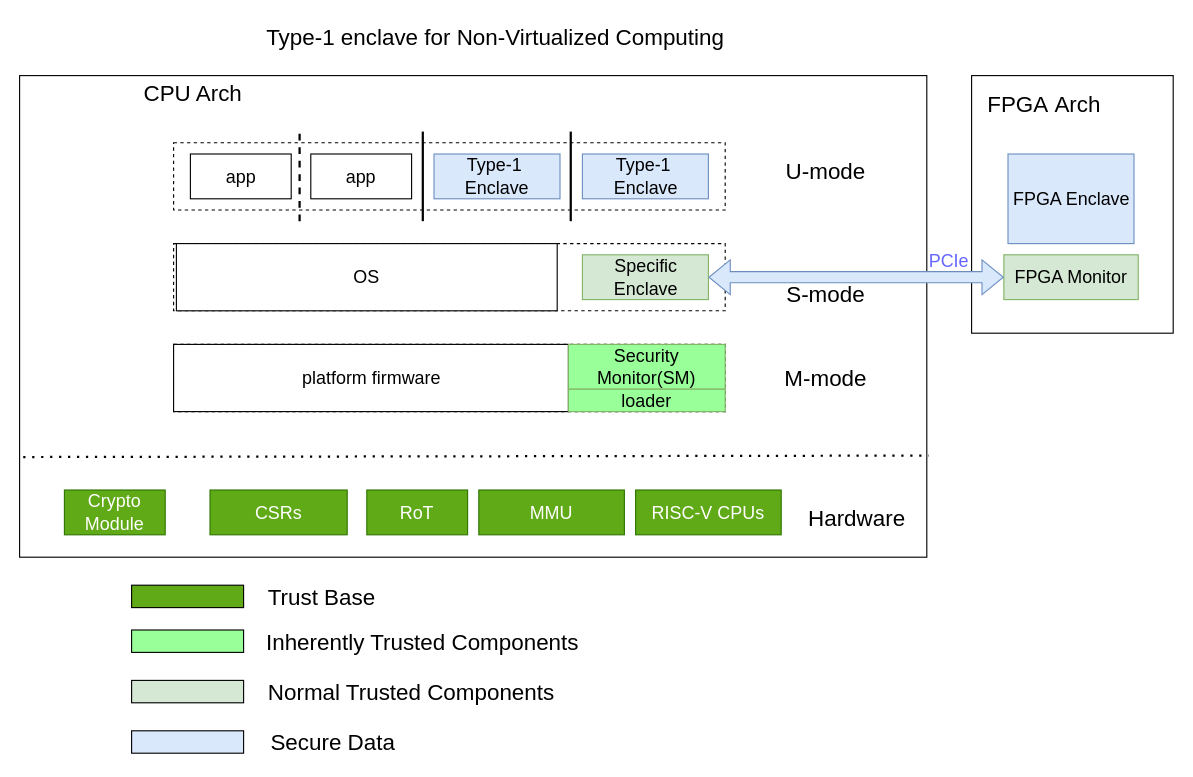
The draw.io diagram page "sys_overview(container)" (2 of 11) of saber.drawio in Zou1c/tmp, before the edit. Source tidied: cells renumbered, new cells numbered last; positions are measured from the earlier drawing's top-left corner, leaving out a move shared by most shapes. Both pictures are drawn from the tidied source at 112%, with x=0, y=0 at pixel (19, 19).
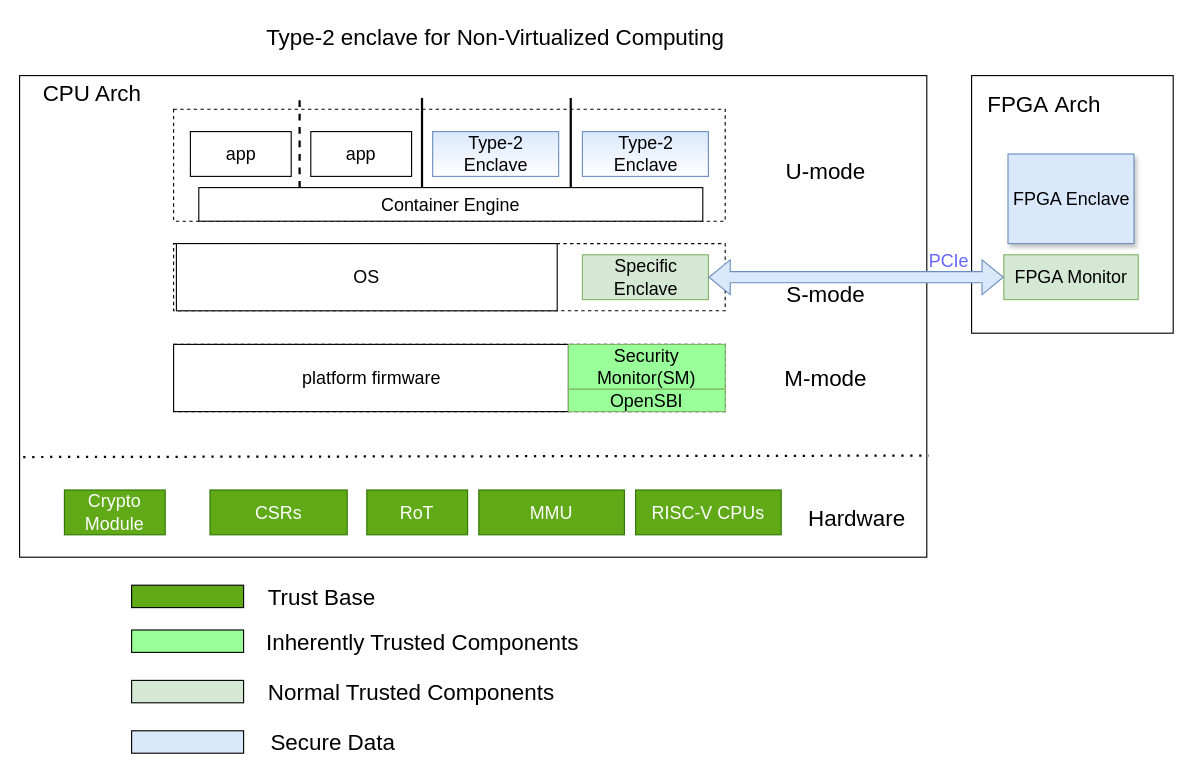
The same page after the edit.

The edit, as a diff of the source:
```diff
@@
     <mxCell id="3" value="CPU Arch" style="text;html=1;align=center;verticalAlign=middle;whiteSpace=wrap;rounded=0;fontSize=20;" parent="1" vertex="1">
-      <mxGeometry x="100" y="50" width="110" height="30" as="geometry" />
+      <mxGeometry x="10" y="50" width="110" height="30" as="geometry" />
     </mxCell>
@@
     <mxCell id="6" style="rounded=0;whiteSpace=wrap;html=1;dashed=1;" parent="1" vertex="1">
-      <mxGeometry x="137.5" y="110" width="492.5" height="60" as="geometry" />
+      <mxGeometry x="137.5" y="80" width="492.5" height="100" as="geometry" />
     </mxCell>
     <mxCell id="7" value="app" style="rounded=0;whiteSpace=wrap;html=1;fontSize=16;" parent="1" vertex="1">
-      <mxGeometry x="152.5" y="120" width="90" height="40" as="geometry" />
+      <mxGeometry x="152.5" y="100" width="90" height="40" as="geometry" />
     </mxCell>
     <mxCell id="8" value="app" style="rounded=0;whiteSpace=wrap;html=1;fontSize=16;" parent="1" vertex="1">
-      <mxGeometry x="260" y="120" width="90" height="40" as="geometry" />
+      <mxGeometry x="260" y="100" width="90" height="40" as="geometry" />
     </mxCell>
-    <mxCell id="9" value="Type-1&amp;nbsp;&lt;div&gt;Enclave&lt;/div&gt;" style="rounded=0;whiteSpace=wrap;html=1;fontSize=16;labelBackgroundColor=none;fillColor=#dae8fc;strokeColor=#6c8ebf;shadow=0;glass=0;gradientColor=none;" parent="1" vertex="1">
-      <mxGeometry x="370" y="120" width="112.5" height="40" as="geometry" />
+    <mxCell id="9" value="Type-2&lt;div&gt;Enclave&lt;/div&gt;" style="rounded=0;whiteSpace=wrap;html=1;fontSize=16;labelBackgroundColor=none;fillColor=#dae8fc;strokeColor=#6c8ebf;shadow=0;glass=0;gradientColor=#FFFFFF;" parent="1" vertex="1">
+      <mxGeometry x="368.8" y="100" width="112.5" height="40" as="geometry" />
     </mxCell>
@@
-    <mxCell id="20" value="loader" style="rounded=0;whiteSpace=wrap;html=1;fontSize=16;fillColor=#99FF99;strokeColor=#82b366;" parent="1" vertex="1">
+    <mxCell id="20" value="OpenSBI" style="rounded=0;whiteSpace=wrap;html=1;fontSize=16;fillColor=#99FF99;strokeColor=#82b366;" parent="1" vertex="1">
       <mxGeometry x="490" y="330" width="140" height="20" as="geometry" />
     </mxCell>
@@
-    <mxCell id="26" value="FPGA Enclave" style="rounded=0;whiteSpace=wrap;html=1;fontSize=16;labelBackgroundColor=none;fillColor=#dae8fc;strokeColor=#6c8ebf;" parent="1" vertex="1">
+    <mxCell id="26" value="FPGA Enclave" style="rounded=0;whiteSpace=wrap;html=1;fontSize=16;labelBackgroundColor=none;fillColor=#dae8fc;strokeColor=#6c8ebf;shadow=1;" parent="1" vertex="1">
       <mxGeometry x="882.5" y="120" width="112.5" height="80" as="geometry" />
     </mxCell>
@@
-    <mxCell id="33" value="Type-1&amp;nbsp;&lt;div&gt;Enclave&lt;/div&gt;" style="rounded=0;whiteSpace=wrap;html=1;fontSize=16;labelBackgroundColor=none;fillColor=#dae8fc;strokeColor=#6c8ebf;" parent="1" vertex="1">
-      <mxGeometry x="502.5" y="120" width="112.5" height="40" as="geometry" />
+    <mxCell id="33" value="Type-2&lt;div&gt;Enclave&lt;/div&gt;" style="rounded=0;whiteSpace=wrap;html=1;fontSize=16;labelBackgroundColor=none;fillColor=#dae8fc;strokeColor=#6c8ebf;glass=0;gradientColor=#FFFFFF;" parent="1" vertex="1">
+      <mxGeometry x="502.5" y="100" width="112.5" height="40" as="geometry" />
     </mxCell>
     <mxCell id="34" style="endArrow=none;dashed=1;html=1;rounded=0;strokeWidth=2;" parent="1" edge="1">
       <mxGeometry relative="1" as="geometry">
-        <mxPoint x="250" y="180" as="sourcePoint" />
-        <mxPoint x="250" y="100" as="targetPoint" />
+        <mxPoint x="250" y="150" as="sourcePoint" />
+        <mxPoint x="250" y="70" as="targetPoint" />
       </mxGeometry>
     </mxCell>
     <mxCell id="35" style="endArrow=none;html=1;rounded=0;strokeWidth=2;" parent="1" edge="1">
       <mxGeometry relative="1" as="geometry">
-        <mxPoint x="360" y="180" as="sourcePoint" />
-        <mxPoint x="360" y="100" as="targetPoint" />
+        <mxPoint x="359.3" y="150" as="sourcePoint" />
+        <mxPoint x="359.3" y="70" as="targetPoint" />
       </mxGeometry>
     </mxCell>
     <mxCell id="36" style="endArrow=none;html=1;rounded=0;strokeWidth=2;" parent="1" edge="1">
       <mxGeometry relative="1" as="geometry">
-        <mxPoint x="492.1" y="180" as="sourcePoint" />
-        <mxPoint x="492.1" y="100" as="targetPoint" />
+        <mxPoint x="492.1" y="150" as="sourcePoint" />
+        <mxPoint x="492.1" y="70" as="targetPoint" />
       </mxGeometry>
     </mxCell>
@@
-    <mxCell id="42" value="Type-1 enclave for Non-Virtualized Computing" style="text;html=1;align=center;verticalAlign=middle;whiteSpace=wrap;rounded=0;fontSize=20;" parent="1" vertex="1">
+    <mxCell id="42" value="Type-2 enclave for Non-Virtualized Computing" style="text;html=1;align=center;verticalAlign=middle;whiteSpace=wrap;rounded=0;fontSize=20;" parent="1" vertex="1">
       <mxGeometry x="190" width="470" height="30" as="geometry" />
     </mxCell>
@@
+    <mxCell id="44" value="Container Engine" style="rounded=0;whiteSpace=wrap;html=1;fontSize=16;" parent="1" vertex="1">
+      <mxGeometry x="160" y="150" width="450" height="30" as="geometry" />
+    </mxCell>
```
